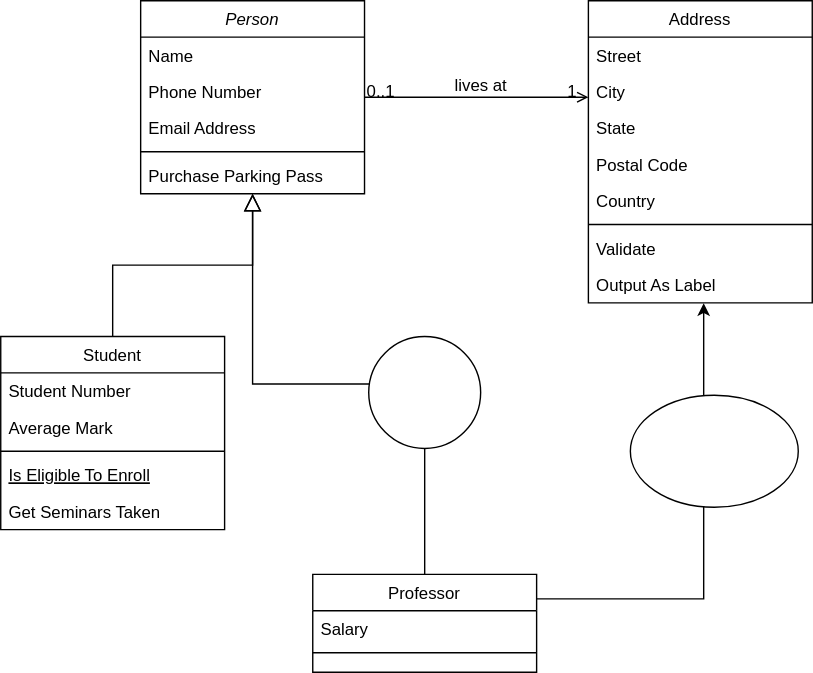
The draw.io diagram Untitled Diagram.drawio.svg in myziny/test-repository, before a commit. Source tidied: cells renumbered, new cells last; positions are measured from the earlier drawing's top-left corner, leaving out a move shared by most shapes.
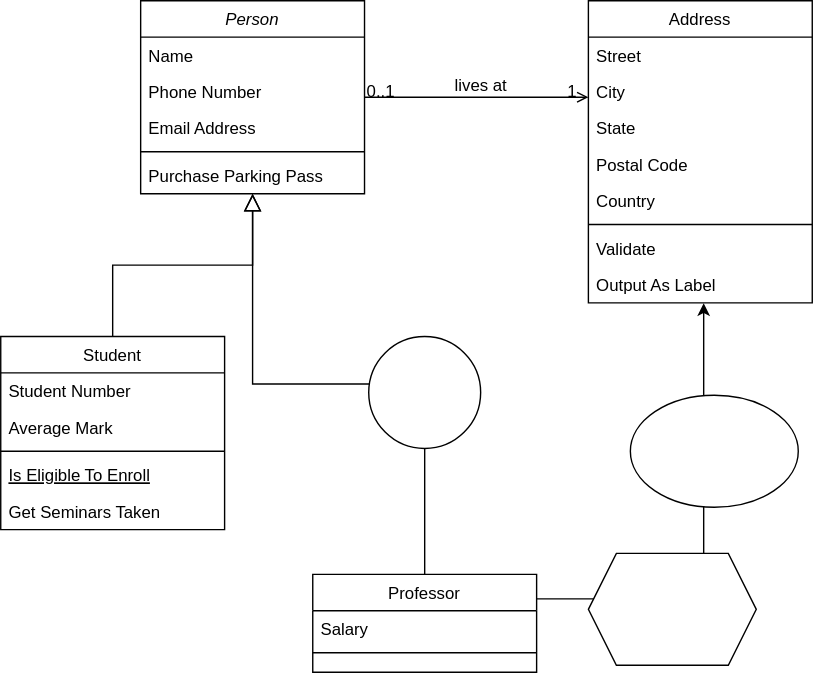
The same file after the commit.

Diff of the diagram source:
```diff
@@ -120,5 +120,8 @@
     <mxCell id="34" style="ellipse;whiteSpace=wrap;html=1;" parent="1" vertex="1">
       <mxGeometry x="263" y="240" width="80" height="80" as="geometry" />
     </mxCell>
+    <mxCell id="35" style="shape=hexagon;perimeter=hexagonPerimeter2;whiteSpace=wrap;html=1;fixedSize=1;" parent="1" vertex="1">
+      <mxGeometry x="420" y="395" width="120" height="80" as="geometry" />
+    </mxCell>
   </root>
 </mxGraphModel>
```
